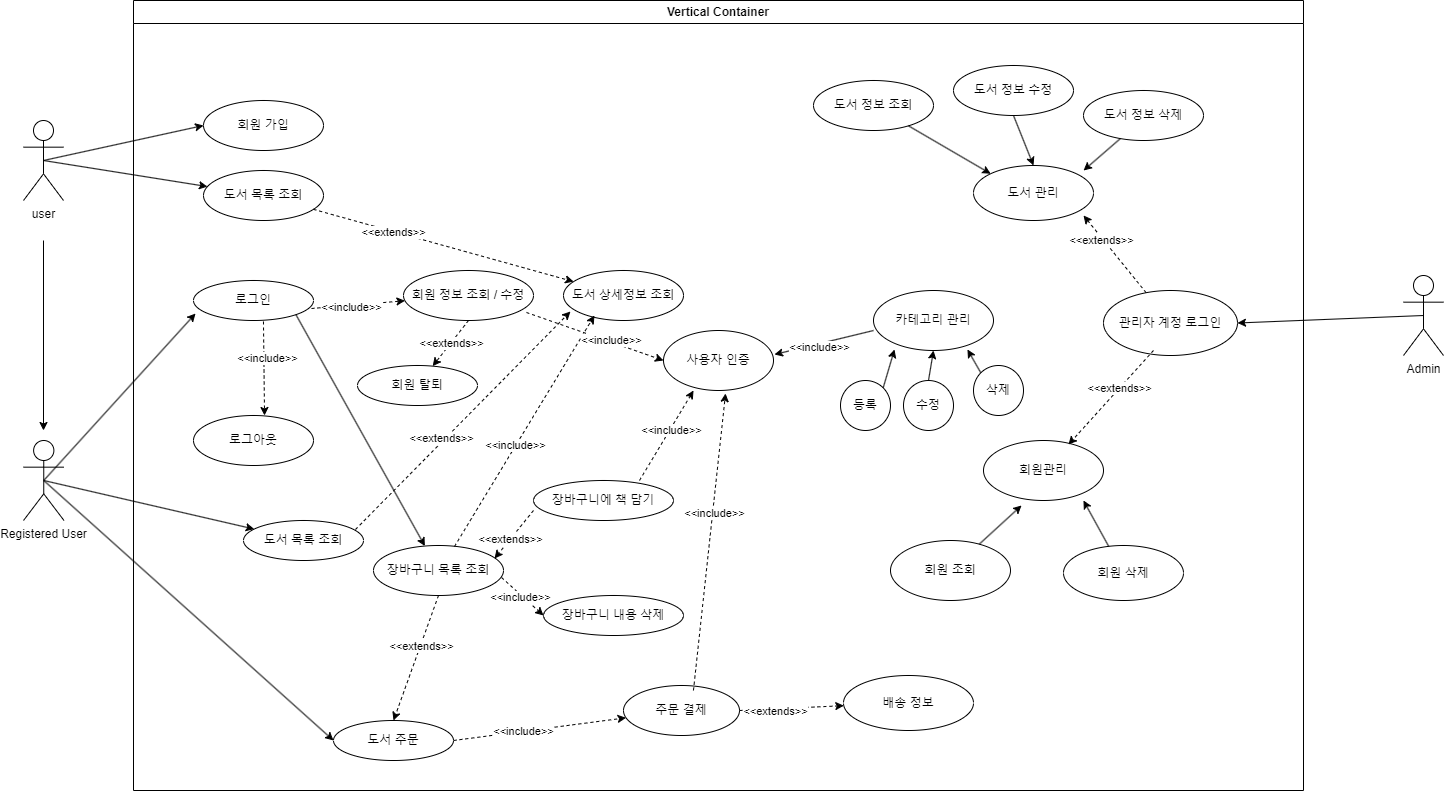
Before: src/온라인 서점 use-case2.png, a diagram exported from draw.io (junHyeokP/BookMarket). Source tidied: cells renumbered, new cells last; positions are measured from the earlier drawing's top-left corner, leaving out a move shared by most shapes.
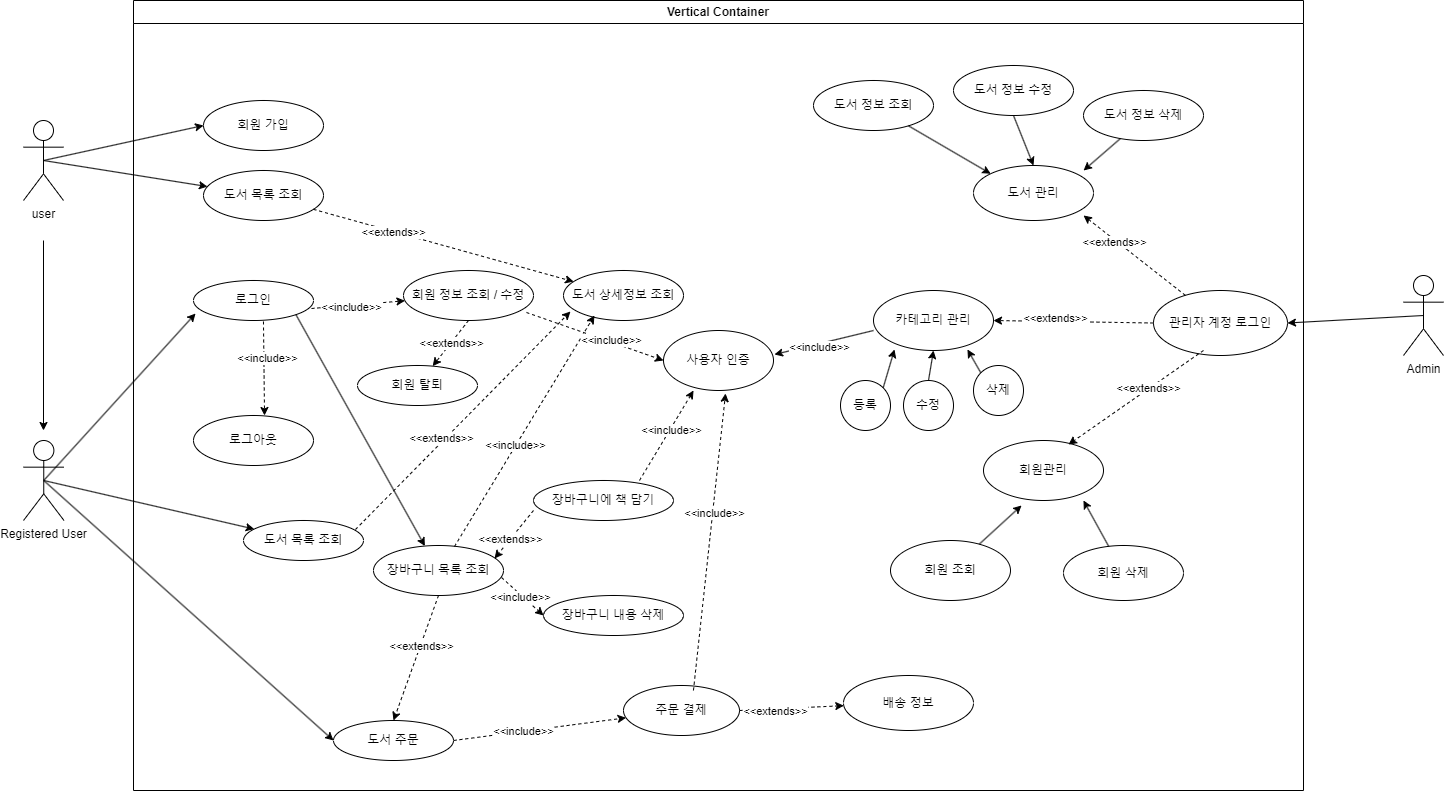
The same diagram one commit later.

Commit message:
온라인 서점 use-case2.png 업데이트

Diff of the diagram source:
```diff
@@ -78,7 +78,7 @@
       <mxGeometry x="-0.2" y="1" relative="1" as="geometry" />
     </mxCell>
     <mxCell id="27" value="관리자 계정 로그인" style="ellipse;whiteSpace=wrap;html=1;" parent="6" vertex="1">
-      <mxGeometry x="970" y="290" width="134" height="65" as="geometry" />
+      <mxGeometry x="1020" y="290" width="134" height="65" as="geometry" />
     </mxCell>
     <mxCell id="28" value="장바구니 내용 삭제" style="ellipse;whiteSpace=wrap;html=1;" parent="6" vertex="1">
       <mxGeometry x="410" y="595" width="140" height="40" as="geometry" />
@@ -227,6 +227,12 @@
     <mxCell id="76" value="&amp;lt;&amp;lt;extends&amp;gt;&amp;gt;" style="edgeLabel;html=1;align=center;verticalAlign=middle;" parent="75" vertex="1">
       <mxGeometry x="0.01" relative="1" as="geometry" />
     </mxCell>
+    <mxCell id="83" style="endArrow=classic;html=1;rounded=0;exitX=0;exitY=0.5;exitDx=0;exitDy=0;entryX=1;entryY=0.5;entryDx=0;entryDy=0;dashed=1;" parent="6" edge="1" source="27" target="59">
+      <mxGeometry relative="1" as="geometry" />
+    </mxCell>
+    <mxCell id="84" value="&amp;lt;&amp;lt;extends&amp;gt;&amp;gt;" style="edgeLabel;html=1;align=center;verticalAlign=middle;" parent="83" vertex="1">
+      <mxGeometry x="0.24" y="-3" relative="1" as="geometry" />
+    </mxCell>
     <mxCell id="77" value="Registered User" style="shape=umlActor;verticalLabelPosition=bottom;verticalAlign=top;html=1;outlineConnect=0;" parent="1" vertex="1">
       <mxGeometry y="440" width="40.5" height="80" as="geometry" />
     </mxCell>
```
